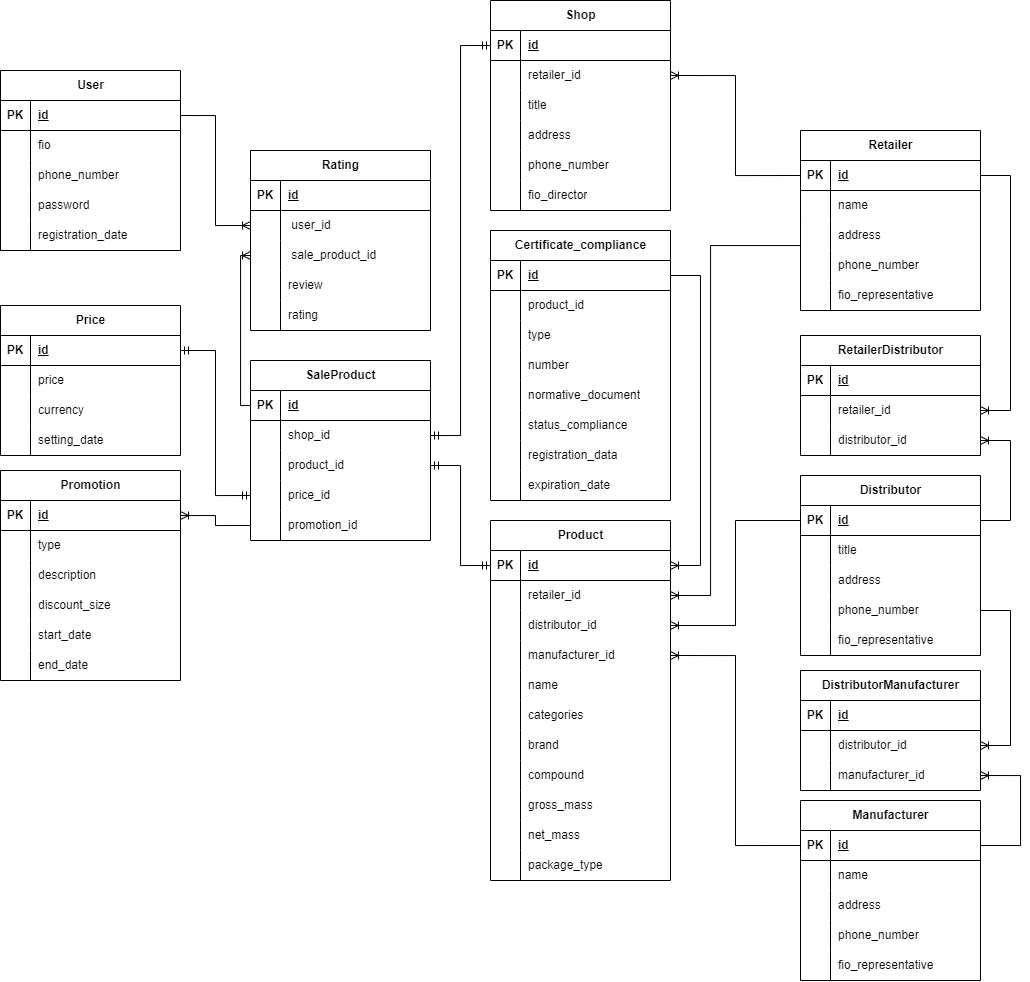
nikitalystsev/db_course keeps this draw.io diagram as docs/coursework/inc/img/er-entities-diag.drawio.png. Above is the earlier version. Source tidied: cells renumbered, new cells last; positions are measured from the earlier drawing's top-left corner, leaving out a move shared by most shapes.
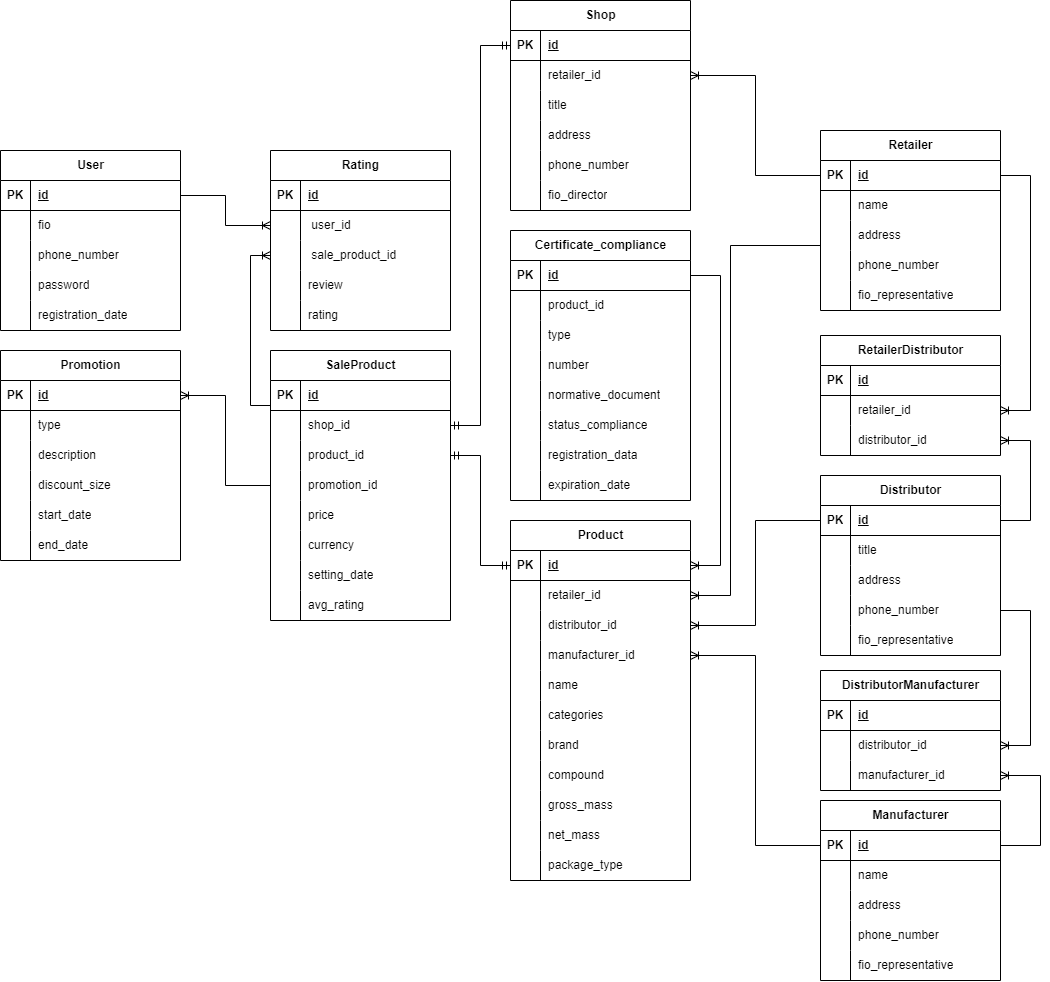
After the commit.

Change to the diagram source:
```diff
@@ -377,7 +377,7 @@
       <mxGeometry x="30" width="150" height="30" as="geometry" />
     </mxCell>
     <mxCell id="125" value="SaleProduct" style="shape=table;startSize=30;rowLines=0;fontStyle=1;align=center;html=1;" parent="1" vertex="1">
-      <mxGeometry x="250" y="360" width="180" height="180" as="geometry" />
+      <mxGeometry x="250" y="350" width="180" height="270" as="geometry" />
     </mxCell>
     <mxCell id="126" style="shape=tableRow;horizontal=0;startSize=0;swimlaneHead=0;swimlaneBody=0;fillColor=none;points=[[0,0.5],[1,0.5]];portConstraint=eastwest;top=0;left=0;right=0;bottom=1;" parent="125" vertex="1">
       <mxGeometry y="30" width="180" height="30" as="geometry" />
@@ -406,17 +406,8 @@
     <mxCell id="134" value="product_id" style="shape=partialRectangle;fillColor=none;top=0;left=0;bottom=0;right=0;align=left;spacingLeft=6;overflow=hidden;whiteSpace=wrap;html=1;" parent="132" vertex="1">
       <mxGeometry x="30" width="150" height="30" as="geometry" />
     </mxCell>
-    <mxCell id="135" style="shape=tableRow;horizontal=0;startSize=0;swimlaneHead=0;swimlaneBody=0;fillColor=none;points=[[0,0.5],[1,0.5]];portConstraint=eastwest;top=0;left=0;right=0;bottom=0;" parent="125" vertex="1">
-      <mxGeometry y="120" width="180" height="30" as="geometry" />
-    </mxCell>
-    <mxCell id="136" style="shape=partialRectangle;fillColor=none;top=0;left=0;bottom=0;right=0;overflow=hidden;whiteSpace=wrap;html=1;" parent="135" vertex="1">
-      <mxGeometry width="30" height="30" as="geometry" />
-    </mxCell>
-    <mxCell id="137" value="price_id" style="shape=partialRectangle;fillColor=none;top=0;left=0;bottom=0;right=0;align=left;spacingLeft=6;overflow=hidden;whiteSpace=wrap;html=1;" parent="135" vertex="1">
-      <mxGeometry x="30" width="150" height="30" as="geometry" />
-    </mxCell>
     <mxCell id="138" style="shape=tableRow;horizontal=0;startSize=0;swimlaneHead=0;swimlaneBody=0;fillColor=none;points=[[0,0.5],[1,0.5]];portConstraint=eastwest;top=0;left=0;right=0;bottom=0;" parent="125" vertex="1">
-      <mxGeometry y="150" width="180" height="30" as="geometry" />
+      <mxGeometry y="120" width="180" height="30" as="geometry" />
     </mxCell>
     <mxCell id="139" style="shape=partialRectangle;fillColor=none;top=0;left=0;bottom=0;right=0;overflow=hidden;whiteSpace=wrap;html=1;" parent="138" vertex="1">
       <mxGeometry width="30" height="30" as="geometry" />
@@ -424,47 +415,44 @@
     <mxCell id="140" value="promotion_id" style="shape=partialRectangle;fillColor=none;top=0;left=0;bottom=0;right=0;align=left;spacingLeft=6;overflow=hidden;whiteSpace=wrap;html=1;" parent="138" vertex="1">
       <mxGeometry x="30" width="150" height="30" as="geometry" />
     </mxCell>
-    <mxCell id="141" value="Price" style="shape=table;startSize=30;rowLines=0;fontStyle=1;align=center;html=1;" parent="1" vertex="1">
-      <mxGeometry y="305" width="180" height="150" as="geometry" />
-    </mxCell>
-    <mxCell id="142" style="shape=tableRow;horizontal=0;startSize=0;swimlaneHead=0;swimlaneBody=0;fillColor=none;points=[[0,0.5],[1,0.5]];portConstraint=eastwest;top=0;left=0;right=0;bottom=1;" parent="141" vertex="1">
-      <mxGeometry y="30" width="180" height="30" as="geometry" />
-    </mxCell>
-    <mxCell id="143" value="PK" style="shape=partialRectangle;fillColor=none;top=0;left=0;bottom=0;right=0;fontStyle=1;overflow=hidden;whiteSpace=wrap;html=1;" parent="142" vertex="1">
-      <mxGeometry width="30" height="30" as="geometry" />
-    </mxCell>
-    <mxCell id="144" value="id" style="shape=partialRectangle;fillColor=none;top=0;left=0;bottom=0;right=0;align=left;spacingLeft=6;fontStyle=5;overflow=hidden;whiteSpace=wrap;html=1;" parent="142" vertex="1">
-      <mxGeometry x="30" width="150" height="30" as="geometry" />
-    </mxCell>
-    <mxCell id="145" style="shape=tableRow;horizontal=0;startSize=0;swimlaneHead=0;swimlaneBody=0;fillColor=none;top=0;left=0;right=0;bottom=0;" parent="141" vertex="1">
-      <mxGeometry y="60" width="180" height="30" as="geometry" />
-    </mxCell>
-    <mxCell id="146" style="shape=partialRectangle;fillColor=none;top=0;left=0;bottom=0;right=0;overflow=hidden;whiteSpace=wrap;html=1;" parent="145" vertex="1">
-      <mxGeometry width="30" height="30" as="geometry" />
-    </mxCell>
+    <mxCell id="243" style="shape=tableRow;horizontal=0;startSize=0;swimlaneHead=0;swimlaneBody=0;fillColor=none;top=0;left=0;right=0;bottom=0;" parent="125" vertex="1">
+      <mxGeometry y="150" width="180" height="30" as="geometry" />
+    </mxCell>
+    <mxCell id="244" style="shape=partialRectangle;fillColor=none;top=0;left=0;bottom=0;right=0;overflow=hidden;whiteSpace=wrap;html=1;" parent="243" vertex="1">
+      <mxGeometry width="30" height="30" as="geometry" />
+    </mxCell>
-    <mxCell id="147" value="price" style="shape=partialRectangle;fillColor=none;top=0;left=0;bottom=0;right=0;align=left;spacingLeft=6;overflow=hidden;whiteSpace=wrap;html=1;" parent="145" vertex="1">
+    <mxCell id="147" value="price" style="shape=partialRectangle;fillColor=none;top=0;left=0;bottom=0;right=0;align=left;spacingLeft=6;overflow=hidden;whiteSpace=wrap;html=1;" parent="243" vertex="1">
       <mxGeometry x="30" width="150" height="30" as="geometry" />
     </mxCell>
-    <mxCell id="148" style="shape=tableRow;horizontal=0;startSize=0;swimlaneHead=0;swimlaneBody=0;fillColor=none;top=0;left=0;right=0;bottom=0;" parent="141" vertex="1">
-      <mxGeometry y="90" width="180" height="30" as="geometry" />
-    </mxCell>
-    <mxCell id="149" style="shape=partialRectangle;fillColor=none;top=0;left=0;bottom=0;right=0;overflow=hidden;whiteSpace=wrap;html=1;" parent="148" vertex="1">
-      <mxGeometry width="30" height="30" as="geometry" />
-    </mxCell>
+    <mxCell id="245" style="shape=tableRow;horizontal=0;startSize=0;swimlaneHead=0;swimlaneBody=0;fillColor=none;top=0;left=0;right=0;bottom=0;" parent="125" vertex="1">
+      <mxGeometry y="180" width="180" height="30" as="geometry" />
+    </mxCell>
+    <mxCell id="246" style="shape=partialRectangle;fillColor=none;top=0;left=0;bottom=0;right=0;overflow=hidden;whiteSpace=wrap;html=1;" parent="245" vertex="1">
+      <mxGeometry width="30" height="30" as="geometry" />
+    </mxCell>
-    <mxCell id="150" value="currency" style="shape=partialRectangle;fillColor=none;top=0;left=0;bottom=0;right=0;align=left;spacingLeft=6;overflow=hidden;whiteSpace=wrap;html=1;" parent="148" vertex="1">
+    <mxCell id="150" value="currency" style="shape=partialRectangle;fillColor=none;top=0;left=0;bottom=0;right=0;align=left;spacingLeft=6;overflow=hidden;whiteSpace=wrap;html=1;" parent="245" vertex="1">
       <mxGeometry x="30" width="150" height="30" as="geometry" />
     </mxCell>
-    <mxCell id="151" style="shape=tableRow;horizontal=0;startSize=0;swimlaneHead=0;swimlaneBody=0;fillColor=none;top=0;left=0;right=0;bottom=0;" parent="141" vertex="1">
-      <mxGeometry y="120" width="180" height="30" as="geometry" />
-    </mxCell>
-    <mxCell id="152" style="shape=partialRectangle;fillColor=none;top=0;left=0;bottom=0;right=0;overflow=hidden;whiteSpace=wrap;html=1;" parent="151" vertex="1">
-      <mxGeometry width="30" height="30" as="geometry" />
-    </mxCell>
+    <mxCell id="247" style="shape=tableRow;horizontal=0;startSize=0;swimlaneHead=0;swimlaneBody=0;fillColor=none;top=0;left=0;right=0;bottom=0;" parent="125" vertex="1">
+      <mxGeometry y="210" width="180" height="30" as="geometry" />
+    </mxCell>
+    <mxCell id="248" style="shape=partialRectangle;fillColor=none;top=0;left=0;bottom=0;right=0;overflow=hidden;whiteSpace=wrap;html=1;" parent="247" vertex="1">
+      <mxGeometry width="30" height="30" as="geometry" />
+    </mxCell>
-    <mxCell id="153" value="setting_date" style="shape=partialRectangle;fillColor=none;top=0;left=0;bottom=0;right=0;align=left;spacingLeft=6;overflow=hidden;whiteSpace=wrap;html=1;" parent="151" vertex="1">
+    <mxCell id="153" value="setting_date" style="shape=partialRectangle;fillColor=none;top=0;left=0;bottom=0;right=0;align=left;spacingLeft=6;overflow=hidden;whiteSpace=wrap;html=1;" parent="247" vertex="1">
       <mxGeometry x="30" width="150" height="30" as="geometry" />
     </mxCell>
+    <mxCell id="249" style="shape=tableRow;horizontal=0;startSize=0;swimlaneHead=0;swimlaneBody=0;fillColor=none;top=0;left=0;right=0;bottom=0;" parent="125" vertex="1">
+      <mxGeometry y="240" width="180" height="30" as="geometry" />
+    </mxCell>
+    <mxCell id="250" style="shape=partialRectangle;fillColor=none;top=0;left=0;bottom=0;right=0;overflow=hidden;whiteSpace=wrap;html=1;" parent="249" vertex="1">
+      <mxGeometry width="30" height="30" as="geometry" />
+    </mxCell>
+    <mxCell id="251" value="avg_rating" style="shape=partialRectangle;fillColor=none;top=0;left=0;bottom=0;right=0;align=left;spacingLeft=6;overflow=hidden;whiteSpace=wrap;html=1;" parent="249" vertex="1">
+      <mxGeometry x="30" width="150" height="30" as="geometry" />
+    </mxCell>
     <mxCell id="154" value="Promotion" style="shape=table;startSize=30;rowLines=0;fontStyle=1;align=center;html=1;" parent="1" vertex="1">
-      <mxGeometry y="470" width="180" height="210" as="geometry" />
+      <mxGeometry x="-20" y="350" width="180" height="210" as="geometry" />
     </mxCell>
     <mxCell id="155" style="shape=tableRow;horizontal=0;startSize=0;swimlaneHead=0;swimlaneBody=0;fillColor=none;points=[[0,0.5],[1,0.5]];portConstraint=eastwest;top=0;left=0;right=0;bottom=1;" parent="154" vertex="1">
       <mxGeometry y="30" width="180" height="30" as="geometry" />
@@ -689,7 +677,7 @@
       <mxGeometry relative="1" as="geometry" />
     </mxCell>
     <mxCell id="222" value="User" style="shape=table;startSize=30;rowLines=0;fontStyle=1;align=center;html=1;" parent="1" vertex="1">
-      <mxGeometry y="70" width="180" height="180" as="geometry" />
+      <mxGeometry x="-20" y="150" width="180" height="180" as="geometry" />
     </mxCell>
     <mxCell id="223" style="shape=tableRow;horizontal=0;startSize=0;swimlaneHead=0;swimlaneBody=0;fillColor=none;points=[[0,0.5],[1,0.5]];portConstraint=eastwest;top=0;left=0;right=0;bottom=1;" parent="222" vertex="1">
       <mxGeometry y="30" width="180" height="30" as="geometry" />
@@ -740,11 +728,13 @@
       <mxGeometry relative="1" as="geometry" />
     </mxCell>
     <mxCell id="239" style="edgeStyle=orthogonalEdgeStyle;fontSize=12;html=1;endArrow=ERoneToMany;rounded=0;exitX=0;exitY=0.5;exitDx=0;exitDy=0;entryX=0;entryY=0.5;entryDx=0;entryDy=0;" parent="1" edge="1" source="126" target="181">
-      <mxGeometry relative="1" as="geometry" />
+      <mxGeometry relative="1" as="geometry">
+        <Array as="points">
+          <mxPoint x="230" y="405" />
+          <mxPoint x="230" y="255" />
+        </Array>
+      </mxGeometry>
     </mxCell>
-    <mxCell id="240" style="edgeStyle=orthogonalEdgeStyle;fontSize=12;html=1;endArrow=ERmandOne;startArrow=ERmandOne;rounded=0;exitX=1;exitY=0.5;exitDx=0;exitDy=0;entryX=0;entryY=0.5;entryDx=0;entryDy=0;" parent="1" edge="1" source="142" target="135">
-      <mxGeometry relative="1" as="geometry" />
-    </mxCell>
     <mxCell id="241" style="edgeStyle=orthogonalEdgeStyle;fontSize=12;html=1;endArrow=ERmandOne;startArrow=ERmandOne;rounded=0;exitX=0;exitY=0.5;exitDx=0;exitDy=0;entryX=1;entryY=0.5;entryDx=0;entryDy=0;" parent="1" edge="1" source="107" target="129">
       <mxGeometry relative="1" as="geometry" />
     </mxCell>
```
